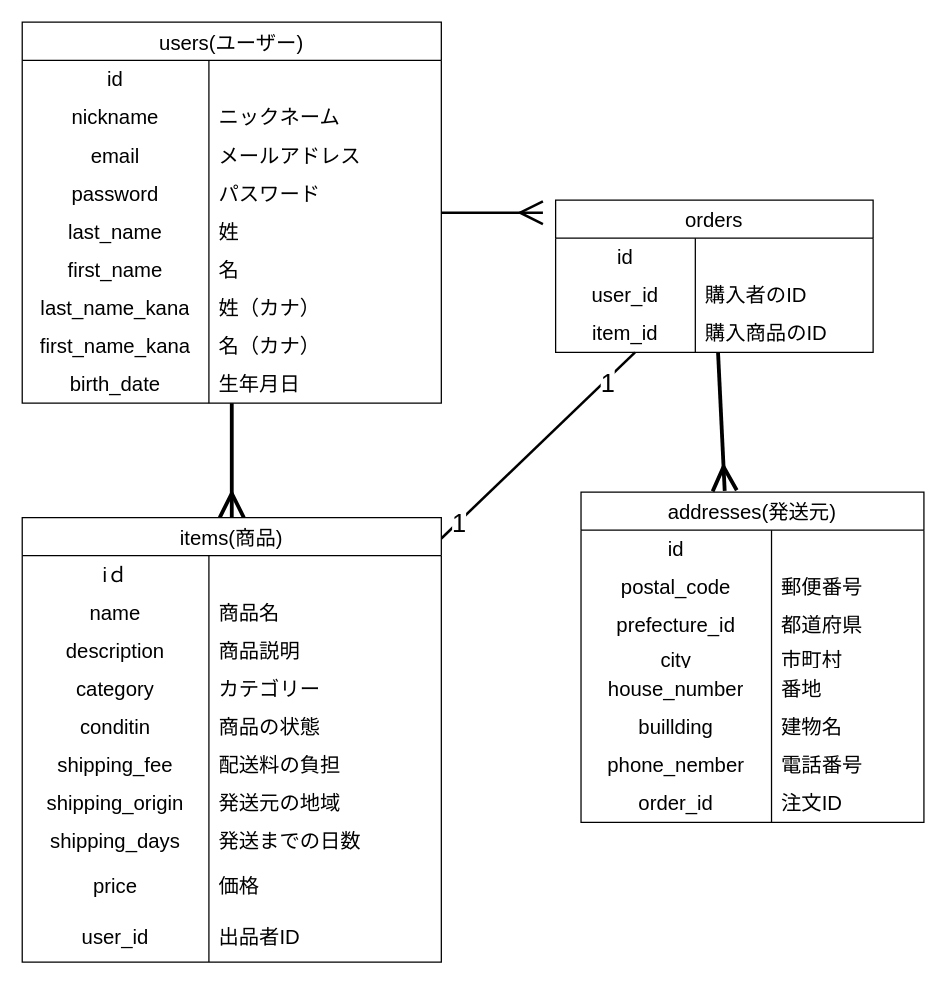
maotaro0/furima-48465 keeps this draw.io diagram as ER.dio. Above is the earlier version. Source tidied: cells renumbered, new cells numbered last; positions are measured from the earlier drawing's top-left corner, leaving out a move shared by most shapes. Both pictures are drawn from the tidied source at 127%, with x=0, y=0 at pixel (22, 22).
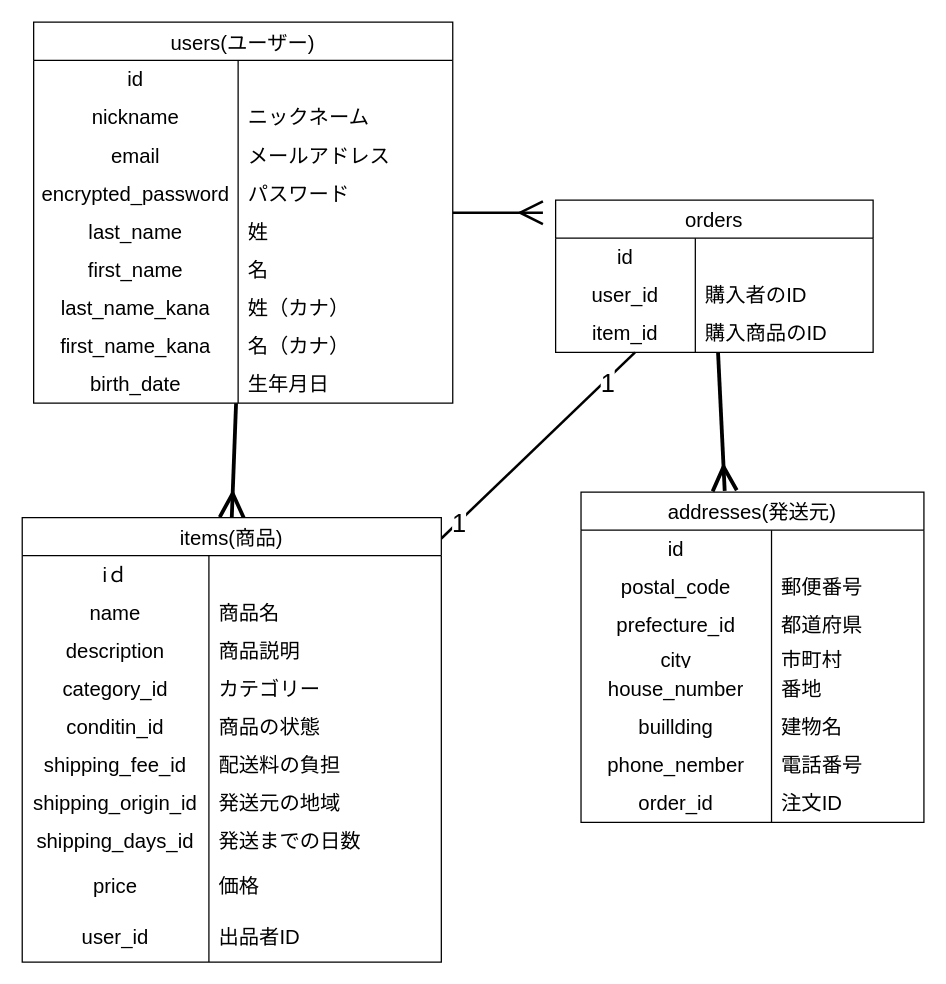
After the change.

Unchanged cells that the change refers to:
```xml
<mxCell id="5" style="shape=tableRow;horizontal=0;startSize=0;swimlaneHead=0;swimlaneBody=0;top=0;left=0;bottom=0;right=0;fillColor=none;strokeColor=inherit;fontSize=16;" parent="4" vertex="1">
  <mxGeometry y="30" width="330" height="30" as="geometry" />
</mxCell>
<mxCell id="8" style="shape=tableRow;horizontal=0;startSize=0;swimlaneHead=0;swimlaneBody=0;top=0;left=0;bottom=0;right=0;fillColor=none;strokeColor=inherit;fontSize=16;" parent="4" vertex="1">
  <mxGeometry y="60" width="330" height="30" as="geometry" />
</mxCell>
<mxCell id="11" style="shape=tableRow;horizontal=0;startSize=0;swimlaneHead=0;swimlaneBody=0;top=0;left=0;bottom=0;right=0;fillColor=none;strokeColor=inherit;fontSize=16;" parent="4" vertex="1">
  <mxGeometry y="90" width="330" height="30" as="geometry" />
</mxCell>
<mxCell id="14" style="shape=tableRow;horizontal=0;startSize=0;swimlaneHead=0;swimlaneBody=0;top=0;left=0;bottom=0;right=0;fillColor=none;strokeColor=inherit;fontSize=16;" parent="4" vertex="1">
  <mxGeometry y="120" width="330" height="30" as="geometry" />
</mxCell>
<mxCell id="17" style="shape=tableRow;horizontal=0;startSize=0;swimlaneHead=0;swimlaneBody=0;top=0;left=0;bottom=0;right=0;fillColor=none;strokeColor=inherit;fontSize=16;" parent="4" vertex="1">
  <mxGeometry y="150" width="330" height="30" as="geometry" />
</mxCell>
<mxCell id="20" style="shape=tableRow;horizontal=0;startSize=0;swimlaneHead=0;swimlaneBody=0;top=0;left=0;bottom=0;right=0;fillColor=none;strokeColor=inherit;fontSize=16;" parent="4" vertex="1">
  <mxGeometry y="180" width="330" height="30" as="geometry" />
</mxCell>
<mxCell id="23" style="shape=tableRow;horizontal=0;startSize=0;swimlaneHead=0;swimlaneBody=0;top=0;left=0;bottom=0;right=0;fillColor=none;strokeColor=inherit;fontSize=16;" parent="4" vertex="1">
  <mxGeometry y="210" width="330" height="30" as="geometry" />
</mxCell>
<mxCell id="26" style="shape=tableRow;horizontal=0;startSize=0;swimlaneHead=0;swimlaneBody=0;top=0;left=0;bottom=0;right=0;fillColor=none;strokeColor=inherit;fontSize=16;" parent="4" vertex="1">
  <mxGeometry y="240" width="330" height="30" as="geometry" />
</mxCell>
<mxCell id="29" style="shape=tableRow;horizontal=0;startSize=0;swimlaneHead=0;swimlaneBody=0;top=0;left=0;bottom=0;right=0;fillColor=none;strokeColor=inherit;fontSize=16;" parent="4" vertex="1">
  <mxGeometry y="270" width="330" height="30" as="geometry" />
</mxCell>
<mxCell id="45" style="shape=tableRow;horizontal=0;startSize=0;swimlaneHead=0;swimlaneBody=0;top=0;left=0;bottom=0;right=0;fillColor=none;strokeColor=inherit;fontSize=16;" parent="35" vertex="1">
  <mxGeometry y="120" width="330" height="30" as="geometry" />
</mxCell>
<mxCell id="48" style="shape=tableRow;horizontal=0;startSize=0;swimlaneHead=0;swimlaneBody=0;top=0;left=0;bottom=0;right=0;fillColor=none;strokeColor=inherit;fontSize=16;" parent="35" vertex="1">
  <mxGeometry y="150" width="330" height="30" as="geometry" />
</mxCell>
<mxCell id="51" style="shape=tableRow;horizontal=0;startSize=0;swimlaneHead=0;swimlaneBody=0;top=0;left=0;bottom=0;right=0;fillColor=none;strokeColor=inherit;fontSize=16;" parent="35" vertex="1">
  <mxGeometry y="180" width="330" height="30" as="geometry" />
</mxCell>
<mxCell id="54" style="shape=tableRow;horizontal=0;startSize=0;swimlaneHead=0;swimlaneBody=0;top=0;left=0;bottom=0;right=0;fillColor=none;strokeColor=inherit;fontSize=16;" parent="35" vertex="1">
  <mxGeometry y="210" width="330" height="30" as="geometry" />
</mxCell>
<mxCell id="57" style="shape=tableRow;horizontal=0;startSize=0;swimlaneHead=0;swimlaneBody=0;top=0;left=0;bottom=0;right=0;fillColor=none;strokeColor=inherit;fontSize=16;" parent="35" vertex="1">
  <mxGeometry y="240" width="330" height="30" as="geometry" />
</mxCell>
```

The edit, as a diff of the source:
```diff
@@
     <mxCell id="4" value="users(ユーザー)" style="shape=table;startSize=30;childLayout=tableLayout;rowLines=0;fontStyle=0;strokeColor=default;fontSize=16;" parent="1" vertex="1">
-      <mxGeometry width="330" height="300" as="geometry" />
+      <mxGeometry x="9" width="330" height="300" as="geometry" />
     </mxCell>
@@
     <mxCell id="6" value="id" style="shape=partialRectangle;html=1;whiteSpace=wrap;fillColor=none;top=0;left=0;bottom=0;right=0;overflow=hidden;strokeColor=inherit;fontSize=16;" parent="5" vertex="1">
-      <mxGeometry width="147" height="30" as="geometry" />
+      <mxGeometry width="161" height="30" as="geometry" />
     </mxCell>
     <mxCell id="7" style="shape=partialRectangle;html=1;whiteSpace=wrap;fillColor=none;top=0;left=0;bottom=0;right=0;align=left;spacingLeft=6;overflow=hidden;strokeColor=inherit;fontSize=16;" parent="5" vertex="1">
-      <mxGeometry x="147" width="183" height="30" as="geometry" />
+      <mxGeometry x="161" width="169" height="30" as="geometry" />
     </mxCell>
@@
     <mxCell id="9" value="nickname" style="shape=partialRectangle;html=1;whiteSpace=wrap;fillColor=none;top=0;left=0;bottom=0;right=0;overflow=hidden;strokeColor=inherit;fontSize=16;" parent="8" vertex="1">
-      <mxGeometry width="147" height="30" as="geometry" />
+      <mxGeometry width="161" height="30" as="geometry" />
     </mxCell>
     <mxCell id="10" value="ニックネーム" style="shape=partialRectangle;html=1;whiteSpace=wrap;fillColor=none;top=0;left=0;bottom=0;right=0;align=left;spacingLeft=6;overflow=hidden;strokeColor=inherit;fontSize=16;" parent="8" vertex="1">
-      <mxGeometry x="147" width="183" height="30" as="geometry" />
+      <mxGeometry x="161" width="169" height="30" as="geometry" />
     </mxCell>
@@
     <mxCell id="12" value="email" style="shape=partialRectangle;html=1;whiteSpace=wrap;fillColor=none;top=0;left=0;bottom=0;right=0;overflow=hidden;strokeColor=inherit;fontSize=16;" parent="11" vertex="1">
-      <mxGeometry width="147" height="30" as="geometry" />
+      <mxGeometry width="161" height="30" as="geometry" />
     </mxCell>
     <mxCell id="13" value="メールアドレス" style="shape=partialRectangle;html=1;whiteSpace=wrap;fillColor=none;top=0;left=0;bottom=0;right=0;align=left;spacingLeft=6;overflow=hidden;strokeColor=inherit;fontSize=16;" parent="11" vertex="1">
-      <mxGeometry x="147" width="183" height="30" as="geometry" />
+      <mxGeometry x="161" width="169" height="30" as="geometry" />
     </mxCell>
@@
-    <mxCell id="15" value="password" style="shape=partialRectangle;html=1;whiteSpace=wrap;fillColor=none;top=0;left=0;bottom=0;right=0;overflow=hidden;strokeColor=inherit;fontSize=16;" parent="14" vertex="1">
-      <mxGeometry width="147" height="30" as="geometry" />
+    <mxCell id="15" value="encrypted_password" style="shape=partialRectangle;html=1;whiteSpace=wrap;fillColor=none;top=0;left=0;bottom=0;right=0;overflow=hidden;strokeColor=inherit;fontSize=16;" parent="14" vertex="1">
+      <mxGeometry width="161" height="30" as="geometry" />
     </mxCell>
     <mxCell id="16" value="パスワード" style="shape=partialRectangle;html=1;whiteSpace=wrap;fillColor=none;top=0;left=0;bottom=0;right=0;align=left;spacingLeft=6;overflow=hidden;strokeColor=inherit;fontSize=16;" parent="14" vertex="1">
-      <mxGeometry x="147" width="183" height="30" as="geometry" />
+      <mxGeometry x="161" width="169" height="30" as="geometry" />
     </mxCell>
@@
     <mxCell id="18" value="&lt;span style=&quot;color: rgb(0, 0, 0);&quot;&gt;last_name&lt;/span&gt;" style="shape=partialRectangle;html=1;whiteSpace=wrap;fillColor=none;top=0;left=0;bottom=0;right=0;overflow=hidden;strokeColor=inherit;fontSize=16;" parent="17" vertex="1">
-      <mxGeometry width="147" height="30" as="geometry" />
+      <mxGeometry width="161" height="30" as="geometry" />
     </mxCell>
     <mxCell id="19" value="姓" style="shape=partialRectangle;html=1;whiteSpace=wrap;fillColor=none;top=0;left=0;bottom=0;right=0;align=left;spacingLeft=6;overflow=hidden;strokeColor=inherit;fontSize=16;" parent="17" vertex="1">
-      <mxGeometry x="147" width="183" height="30" as="geometry" />
+      <mxGeometry x="161" width="169" height="30" as="geometry" />
     </mxCell>
@@
     <mxCell id="21" value="first_name" style="shape=partialRectangle;html=1;whiteSpace=wrap;fillColor=none;top=0;left=0;bottom=0;right=0;overflow=hidden;strokeColor=inherit;fontSize=16;" parent="20" vertex="1">
-      <mxGeometry width="147" height="30" as="geometry" />
+      <mxGeometry width="161" height="30" as="geometry" />
     </mxCell>
     <mxCell id="22" value="名" style="shape=partialRectangle;html=1;whiteSpace=wrap;fillColor=none;top=0;left=0;bottom=0;right=0;align=left;spacingLeft=6;overflow=hidden;strokeColor=inherit;fontSize=16;" parent="20" vertex="1">
-      <mxGeometry x="147" width="183" height="30" as="geometry" />
+      <mxGeometry x="161" width="169" height="30" as="geometry" />
     </mxCell>
@@
     <mxCell id="24" value="last_name_kana" style="shape=partialRectangle;html=1;whiteSpace=wrap;fillColor=none;top=0;left=0;bottom=0;right=0;overflow=hidden;strokeColor=inherit;fontSize=16;" parent="23" vertex="1">
-      <mxGeometry width="147" height="30" as="geometry" />
+      <mxGeometry width="161" height="30" as="geometry" />
     </mxCell>
     <mxCell id="25" value="姓（カナ）" style="shape=partialRectangle;html=1;whiteSpace=wrap;fillColor=none;top=0;left=0;bottom=0;right=0;align=left;spacingLeft=6;overflow=hidden;strokeColor=inherit;fontSize=16;" parent="23" vertex="1">
-      <mxGeometry x="147" width="183" height="30" as="geometry" />
+      <mxGeometry x="161" width="169" height="30" as="geometry" />
     </mxCell>
@@
     <mxCell id="27" value="&lt;span style=&quot;color: rgb(0, 0, 0);&quot;&gt;first_name_kana&lt;/span&gt;" style="shape=partialRectangle;html=1;whiteSpace=wrap;fillColor=none;top=0;left=0;bottom=0;right=0;overflow=hidden;strokeColor=inherit;fontSize=16;" parent="26" vertex="1">
-      <mxGeometry width="147" height="30" as="geometry" />
+      <mxGeometry width="161" height="30" as="geometry" />
     </mxCell>
     <mxCell id="28" value="名（カナ）" style="shape=partialRectangle;html=1;whiteSpace=wrap;fillColor=none;top=0;left=0;bottom=0;right=0;align=left;spacingLeft=6;overflow=hidden;strokeColor=inherit;fontSize=16;" parent="26" vertex="1">
-      <mxGeometry x="147" width="183" height="30" as="geometry" />
+      <mxGeometry x="161" width="169" height="30" as="geometry" />
     </mxCell>
@@
     <mxCell id="30" value="birth_date" style="shape=partialRectangle;html=1;whiteSpace=wrap;fillColor=none;top=0;left=0;bottom=0;right=0;overflow=hidden;strokeColor=inherit;fontSize=16;" parent="29" vertex="1">
-      <mxGeometry width="147" height="30" as="geometry" />
+      <mxGeometry width="161" height="30" as="geometry" />
     </mxCell>
     <mxCell id="31" value="生年月日" style="shape=partialRectangle;html=1;whiteSpace=wrap;fillColor=none;top=0;left=0;bottom=0;right=0;align=left;spacingLeft=6;overflow=hidden;strokeColor=inherit;fontSize=16;" parent="29" vertex="1">
-      <mxGeometry x="147" width="183" height="30" as="geometry" />
+      <mxGeometry x="161" width="169" height="30" as="geometry" />
     </mxCell>
@@
-    <mxCell id="46" value="category" style="shape=partialRectangle;html=1;whiteSpace=wrap;fillColor=none;top=0;left=0;bottom=0;right=0;overflow=hidden;strokeColor=inherit;fontSize=16;" parent="45" vertex="1">
+    <mxCell id="46" value="category_id" style="shape=partialRectangle;html=1;whiteSpace=wrap;fillColor=none;top=0;left=0;bottom=0;right=0;overflow=hidden;strokeColor=inherit;fontSize=16;" parent="45" vertex="1">
       <mxGeometry width="147" height="30" as="geometry" />
     </mxCell>
@@
-    <mxCell id="49" value="conditin" style="shape=partialRectangle;html=1;whiteSpace=wrap;fillColor=none;top=0;left=0;bottom=0;right=0;overflow=hidden;strokeColor=inherit;fontSize=16;" parent="48" vertex="1">
+    <mxCell id="49" value="conditin_id" style="shape=partialRectangle;html=1;whiteSpace=wrap;fillColor=none;top=0;left=0;bottom=0;right=0;overflow=hidden;strokeColor=inherit;fontSize=16;" parent="48" vertex="1">
       <mxGeometry width="147" height="30" as="geometry" />
     </mxCell>
@@
-    <mxCell id="52" value="&lt;span style=&quot;color: rgb(0, 0, 0);&quot;&gt;shipping_fee&lt;/span&gt;" style="shape=partialRectangle;html=1;whiteSpace=wrap;fillColor=none;top=0;left=0;bottom=0;right=0;overflow=hidden;strokeColor=inherit;fontSize=16;" parent="51" vertex="1">
+    <mxCell id="52" value="&lt;span style=&quot;color: rgb(0, 0, 0);&quot;&gt;shipping_fee_id&lt;/span&gt;" style="shape=partialRectangle;html=1;whiteSpace=wrap;fillColor=none;top=0;left=0;bottom=0;right=0;overflow=hidden;strokeColor=inherit;fontSize=16;" parent="51" vertex="1">
       <mxGeometry width="147" height="30" as="geometry" />
     </mxCell>
@@
-    <mxCell id="55" value="&lt;span style=&quot;color: rgb(0, 0, 0);&quot;&gt;shipping_origin&lt;/span&gt;" style="shape=partialRectangle;html=1;whiteSpace=wrap;fillColor=none;top=0;left=0;bottom=0;right=0;overflow=hidden;strokeColor=inherit;fontSize=16;" parent="54" vertex="1">
+    <mxCell id="55" value="&lt;span style=&quot;color: rgb(0, 0, 0);&quot;&gt;shipping_origin_id&lt;/span&gt;" style="shape=partialRectangle;html=1;whiteSpace=wrap;fillColor=none;top=0;left=0;bottom=0;right=0;overflow=hidden;strokeColor=inherit;fontSize=16;" parent="54" vertex="1">
       <mxGeometry width="147" height="30" as="geometry" />
     </mxCell>
@@
-    <mxCell id="58" value="shipping_days" style="shape=partialRectangle;html=1;whiteSpace=wrap;fillColor=none;top=0;left=0;bottom=0;right=0;overflow=hidden;strokeColor=inherit;fontSize=16;" parent="57" vertex="1">
+    <mxCell id="58" value="shipping_days_id" style="shape=partialRectangle;html=1;whiteSpace=wrap;fillColor=none;top=0;left=0;bottom=0;right=0;overflow=hidden;strokeColor=inherit;fontSize=16;" parent="57" vertex="1">
       <mxGeometry width="147" height="30" as="geometry" />
     </mxCell>
```
